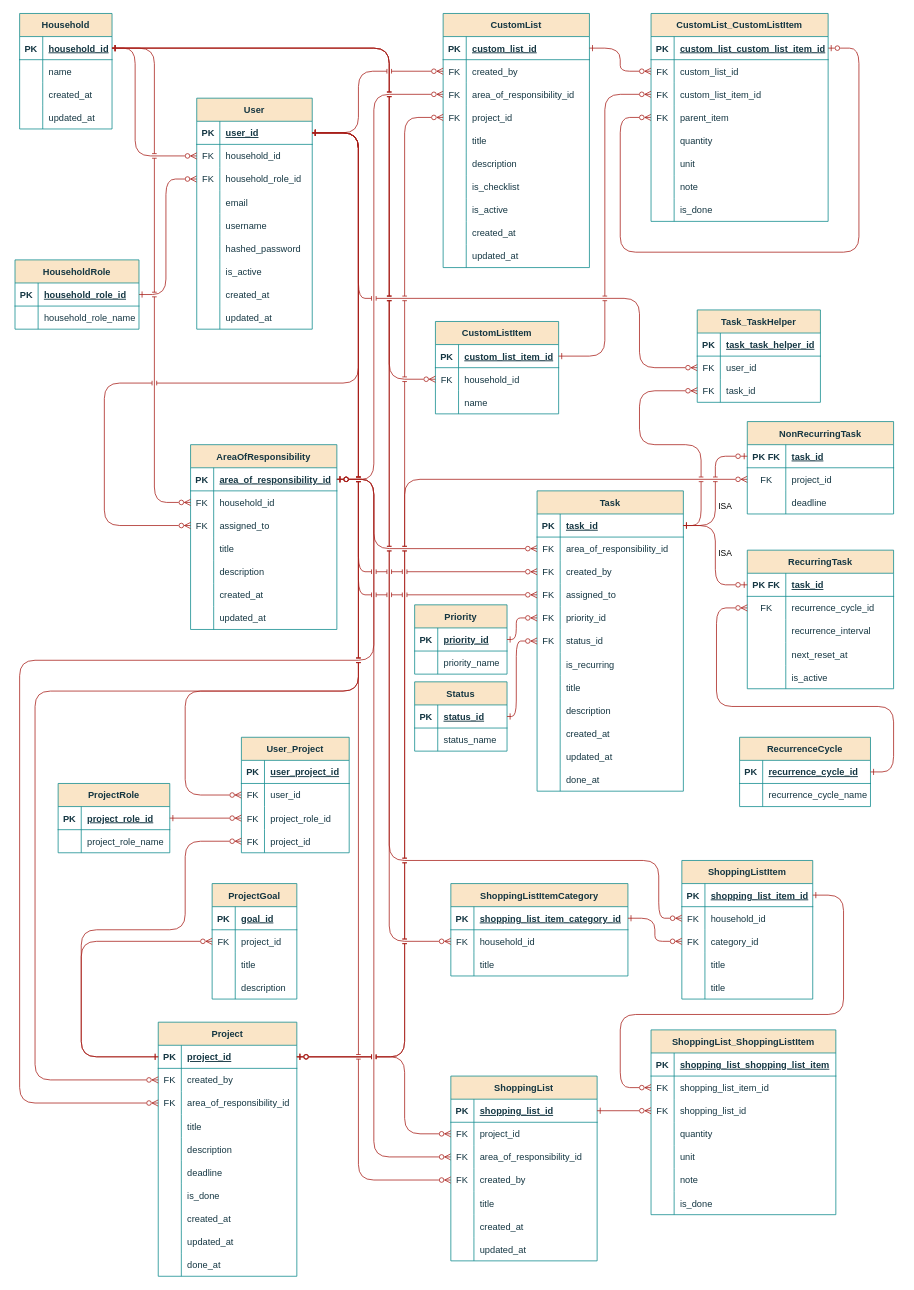
This is docs/diagrams/erd/TheMentalLoadHub_ERD.drawio from dominikoetiker/TheMentalLoadHub, a draw.io file, before an edit. Source tidied: cells renumbered, new cells numbered last; positions are measured from the earlier drawing's top-left corner, leaving out a move shared by most shapes. Both pictures are drawn from the tidied source at 77%, with x=0, y=0 at pixel (15, 13).
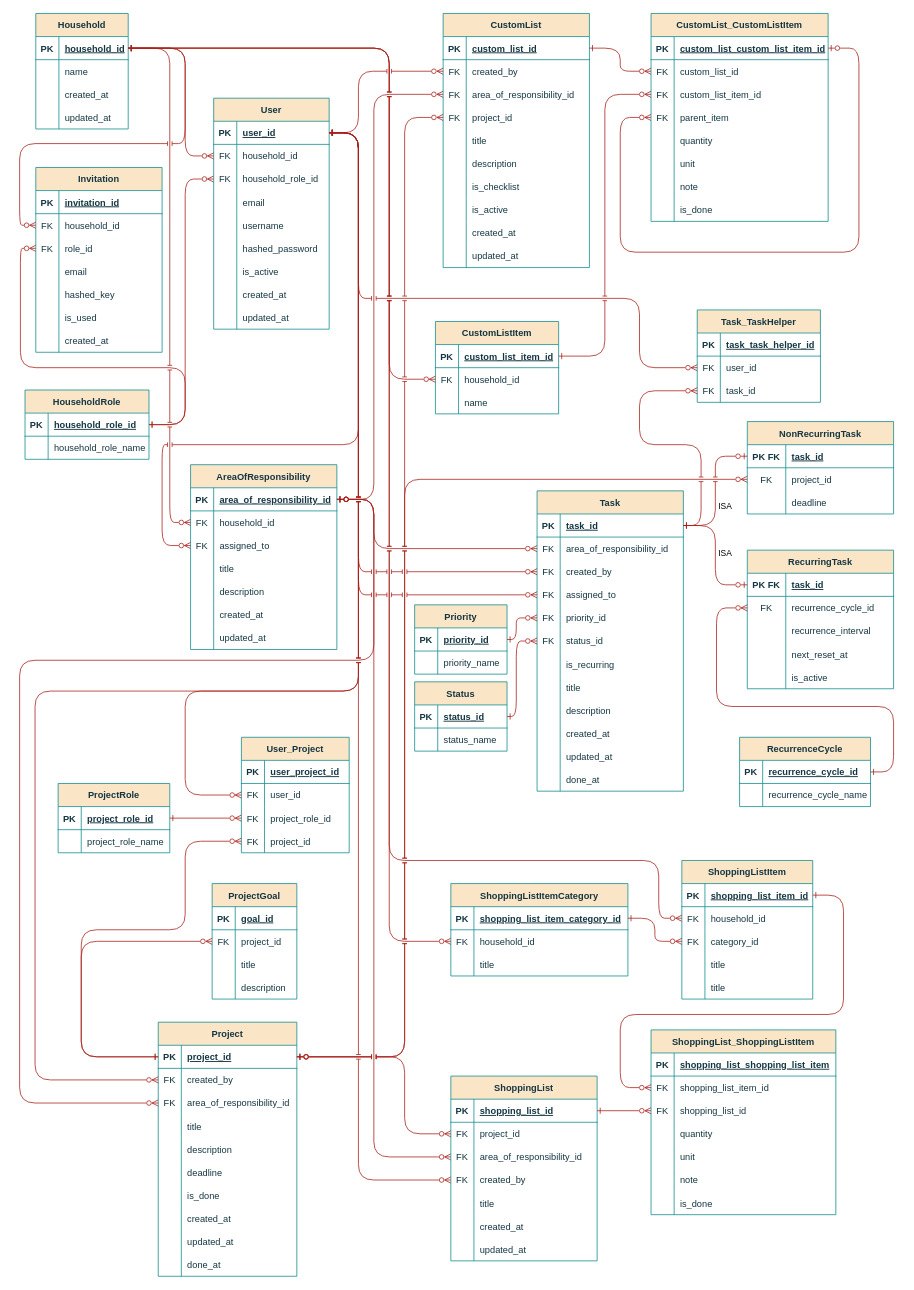
Above is the later version.

Commit message (it also covers changes not shown here):
Add "Invitation" table to ERD diagram

Introduced the "Invitation" table to the entity-relationship diagram, including its attributes and relationships. Adjusted positioning and updated geometry for other elements to align with the new additions. This improves clarity and supports new features requiring invitation tracking.

Unchanged cells that the change refers to:
```xml
<mxCell id="9" style="shape=tableRow;horizontal=0;startSize=0;swimlaneHead=0;swimlaneBody=0;fillColor=none;points=[[0,0.5],[1,0.5]];portConstraint=eastwest;top=0;left=0;right=0;bottom=1;rounded=0;labelBackgroundColor=none;shadow=0;comic=0;enumerate=0;strokeColor=#0F8B8D;fontColor=#143642;" parent="8" vertex="1">
  <mxGeometry y="30" width="120" height="30" as="geometry" />
</mxCell>
<mxCell id="30" style="shape=tableRow;horizontal=0;startSize=0;swimlaneHead=0;swimlaneBody=0;fillColor=none;points=[[0,0.5],[1,0.5]];portConstraint=eastwest;top=0;left=0;right=0;bottom=1;shadow=0;rounded=0;labelBackgroundColor=none;comic=0;enumerate=0;strokeColor=#0F8B8D;fontColor=#143642;" parent="29" vertex="1">
  <mxGeometry y="30" width="150" height="30" as="geometry" />
</mxCell>
<mxCell id="33" style="shape=tableRow;horizontal=0;startSize=0;swimlaneHead=0;swimlaneBody=0;fillColor=none;points=[[0,0.5],[1,0.5]];portConstraint=eastwest;top=0;left=0;right=0;bottom=0;shadow=0;rounded=0;labelBackgroundColor=none;comic=0;enumerate=0;strokeColor=#0F8B8D;fontColor=#143642;" parent="29" vertex="1">
  <mxGeometry y="60" width="150" height="30" as="geometry" />
</mxCell>
<mxCell id="36" style="shape=tableRow;horizontal=0;startSize=0;swimlaneHead=0;swimlaneBody=0;fillColor=none;points=[[0,0.5],[1,0.5]];portConstraint=eastwest;top=0;left=0;right=0;bottom=0;shadow=0;rounded=0;labelBackgroundColor=none;comic=0;enumerate=0;strokeColor=#0F8B8D;fontColor=#143642;" parent="29" vertex="1">
  <mxGeometry y="90" width="150" height="30" as="geometry" />
</mxCell>
<mxCell id="58" style="shape=tableRow;horizontal=0;startSize=0;swimlaneHead=0;swimlaneBody=0;fillColor=none;points=[[0,0.5],[1,0.5]];portConstraint=eastwest;top=0;left=0;right=0;bottom=1;fontStyle=0;rounded=0;labelBackgroundColor=none;shadow=0;comic=0;enumerate=0;strokeColor=#0F8B8D;fontColor=#143642;" parent="57" vertex="1">
  <mxGeometry y="30" width="190" height="30" as="geometry" />
</mxCell>
<mxCell id="61" style="shape=tableRow;horizontal=0;startSize=0;swimlaneHead=0;swimlaneBody=0;fillColor=none;points=[[0,0.5],[1,0.5]];portConstraint=eastwest;top=0;left=0;right=0;bottom=0;rounded=0;labelBackgroundColor=none;shadow=0;comic=0;enumerate=0;strokeColor=#0F8B8D;fontColor=#143642;" parent="57" vertex="1">
  <mxGeometry y="60" width="190" height="30" as="geometry" />
</mxCell>
<mxCell id="64" style="shape=tableRow;horizontal=0;startSize=0;swimlaneHead=0;swimlaneBody=0;fillColor=none;points=[[0,0.5],[1,0.5]];portConstraint=eastwest;top=0;left=0;right=0;bottom=0;rounded=0;labelBackgroundColor=none;shadow=0;comic=0;enumerate=0;strokeColor=#0F8B8D;fontColor=#143642;" parent="57" vertex="1">
  <mxGeometry y="90" width="190" height="30" as="geometry" />
</mxCell>
<mxCell id="86" style="shape=tableRow;horizontal=0;startSize=0;swimlaneHead=0;swimlaneBody=0;fillColor=none;points=[[0,0.5],[1,0.5]];portConstraint=eastwest;top=0;left=0;right=0;bottom=0;rounded=0;labelBackgroundColor=none;shadow=0;comic=0;enumerate=0;strokeColor=#0F8B8D;fontColor=#143642;" parent="79" vertex="1">
  <mxGeometry y="90" width="180" height="30" as="geometry" />
</mxCell>
<mxCell id="150" style="shape=tableRow;horizontal=0;startSize=0;swimlaneHead=0;swimlaneBody=0;fillColor=none;points=[[0,0.5],[1,0.5]];portConstraint=eastwest;top=0;left=0;right=0;bottom=0;rounded=0;labelBackgroundColor=none;shadow=0;comic=0;enumerate=0;strokeColor=#0F8B8D;fontColor=#143642;" parent="143" vertex="1">
  <mxGeometry y="90" width="190" height="30" as="geometry" />
</mxCell>
<mxCell id="227" style="shape=tableRow;horizontal=0;startSize=0;swimlaneHead=0;swimlaneBody=0;fillColor=none;points=[[0,0.5],[1,0.5]];portConstraint=eastwest;top=0;left=0;right=0;bottom=0;rounded=0;labelBackgroundColor=none;shadow=0;comic=0;enumerate=0;strokeColor=#0F8B8D;fontColor=#143642;" parent="223" vertex="1">
  <mxGeometry y="60" width="190" height="30" as="geometry" />
</mxCell>
<mxCell id="277" style="shape=tableRow;horizontal=0;startSize=0;swimlaneHead=0;swimlaneBody=0;fillColor=none;points=[[0,0.5],[1,0.5]];portConstraint=eastwest;top=0;left=0;right=0;bottom=0;rounded=0;labelBackgroundColor=none;shadow=0;comic=0;enumerate=0;strokeColor=#0F8B8D;fontColor=#143642;" parent="270" vertex="1">
  <mxGeometry y="90" width="190" height="30" as="geometry" />
</mxCell>
```

The edit, as a diff of the source:
```diff
@@
     <mxCell id="2" style="edgeStyle=orthogonalEdgeStyle;shape=connector;curved=0;rounded=1;jumpStyle=line;jettySize=auto;html=1;exitX=1;exitY=0.5;exitDx=0;exitDy=0;entryX=0;entryY=0.5;entryDx=0;entryDy=0;align=center;verticalAlign=middle;arcSize=40;fontFamily=Helvetica;fontSize=11;fontColor=default;labelBackgroundColor=none;startArrow=ERzeroToOne;startFill=0;endArrow=ERzeroToMany;endFill=0;shadow=0;comic=0;enumerate=0;strokeColor=#A8201A;" parent="1" edge="1" source="58" target="227">
       <mxGeometry relative="1" as="geometry">
         <Array as="points">
-          <mxPoint x="466" y="605" />
+          <mxPoint x="466" y="631" />
           <mxPoint x="466" y="695" />
         </Array>
       </mxGeometry>
     </mxCell>
     <mxCell id="3" style="edgeStyle=orthogonalEdgeStyle;shape=connector;curved=0;rounded=1;jumpStyle=line;jettySize=auto;html=1;exitX=1;exitY=0.5;exitDx=0;exitDy=0;entryX=0;entryY=0.5;entryDx=0;entryDy=0;align=center;verticalAlign=middle;arcSize=40;fontFamily=Helvetica;fontSize=11;fontColor=default;labelBackgroundColor=none;startArrow=ERzeroToOne;startFill=0;endArrow=ERzeroToMany;endFill=0;shadow=0;comic=0;enumerate=0;strokeColor=#A8201A;" parent="1" edge="1" source="58" target="277">
       <mxGeometry relative="1" as="geometry">
         <Array as="points">
-          <mxPoint x="466" y="605" />
+          <mxPoint x="466" y="631" />
           <mxPoint x="466" y="1485" />
         </Array>
       </mxGeometry>
     </mxCell>
     <mxCell id="4" style="edgeStyle=orthogonalEdgeStyle;shape=connector;curved=0;rounded=1;jumpStyle=line;jettySize=auto;html=1;exitX=1;exitY=0.5;exitDx=0;exitDy=0;entryX=0;entryY=0.5;entryDx=0;entryDy=0;align=center;verticalAlign=middle;arcSize=40;fontFamily=Helvetica;fontSize=11;fontColor=default;labelBackgroundColor=none;startArrow=ERzeroToOne;startFill=0;endArrow=ERzeroToMany;endFill=0;shadow=0;comic=0;enumerate=0;strokeColor=#A8201A;" parent="1" edge="1" source="58" target="150">
       <mxGeometry relative="1" as="geometry">
         <Array as="points">
-          <mxPoint x="466" y="605" />
+          <mxPoint x="466" y="631" />
           <mxPoint x="466" y="105" />
         </Array>
       </mxGeometry>
     </mxCell>
     <mxCell id="5" style="edgeStyle=orthogonalEdgeStyle;shape=connector;curved=0;rounded=1;jumpStyle=line;jettySize=auto;html=1;exitX=1;exitY=0.5;exitDx=0;exitDy=0;entryX=0;entryY=0.5;entryDx=0;entryDy=0;align=center;verticalAlign=middle;arcSize=40;fontFamily=Helvetica;fontSize=11;fontColor=default;labelBackgroundColor=none;startArrow=ERzeroToOne;startFill=0;endArrow=ERzeroToMany;endFill=0;shadow=0;comic=0;enumerate=0;strokeColor=#A8201A;" parent="1" edge="1" source="58" target="86">
       <mxGeometry relative="1" as="geometry">
         <Array as="points">
-          <mxPoint x="466" y="605" />
+          <mxPoint x="466" y="631" />
           <mxPoint x="466" y="840" />
           <mxPoint x="6" y="840" />
           <mxPoint x="6" y="1415" />
         </Array>
       </mxGeometry>
     </mxCell>
@@
     <mxCell id="8" value="Household" style="shape=table;startSize=30;childLayout=tableLayout;rowLines=0;fontStyle=1;align=center;rounded=0;labelBackgroundColor=none;shadow=0;comic=0;enumerate=0;fillColor=#FAE5C7;strokeColor=#0F8B8D;fontColor=#143642;" parent="1" vertex="1">
-      <mxGeometry x="6" width="120" height="150" as="geometry" />
+      <mxGeometry x="27" width="120" height="150" as="geometry" />
     </mxCell>
@@
     <mxCell id="21" style="edgeStyle=orthogonalEdgeStyle;shape=connector;curved=0;rounded=1;jettySize=auto;html=1;exitX=1;exitY=0.5;exitDx=0;exitDy=0;entryX=0;entryY=0.5;entryDx=0;entryDy=0;align=center;verticalAlign=middle;arcSize=40;fontFamily=Helvetica;fontSize=11;fontColor=default;labelBackgroundColor=none;startArrow=ERone;startFill=0;endArrow=ERzeroToMany;endFill=0;jumpStyle=line;shadow=0;comic=0;enumerate=0;strokeColor=#A8201A;" parent="1" edge="1" source="22" target="36">
       <mxGeometry relative="1" as="geometry">
         <Array as="points">
-          <mxPoint x="196" y="365" />
-          <mxPoint x="196" y="215" />
+          <mxPoint x="221" y="534" />
+          <mxPoint x="221" y="215" />
         </Array>
       </mxGeometry>
     </mxCell>
+    <mxCell id="402" style="edgeStyle=orthogonalEdgeStyle;shape=connector;curved=0;rounded=1;comic=0;jumpStyle=line;jettySize=auto;html=1;exitX=1;exitY=0.5;exitDx=0;exitDy=0;entryX=0;entryY=0.5;entryDx=0;entryDy=0;shadow=0;strokeColor=#A8201A;align=center;verticalAlign=middle;arcSize=40;fontFamily=Helvetica;fontSize=11;fontColor=default;labelBackgroundColor=none;startArrow=ERone;startFill=0;endArrow=ERzeroToMany;endFill=0;" parent="1" edge="1" source="22" target="410">
+      <mxGeometry relative="1" as="geometry">
+        <Array as="points">
+          <mxPoint x="221" y="534" />
+          <mxPoint x="221" y="460" />
+          <mxPoint x="7" y="460" />
+          <mxPoint x="7" y="305" />
+        </Array>
+      </mxGeometry>
+    </mxCell>
     <mxCell id="22" value="HouseholdRole" style="shape=table;startSize=30;childLayout=tableLayout;rowLines=0;fontStyle=1;align=center;rounded=0;labelBackgroundColor=none;shadow=0;comic=0;enumerate=0;fillColor=#FAE5C7;strokeColor=#0F8B8D;fontColor=#143642;" parent="1" vertex="1">
-      <mxGeometry y="320" width="161" height="90" as="geometry" />
+      <mxGeometry x="13" y="489" width="161" height="90" as="geometry" />
     </mxCell>
@@
     <mxCell id="29" value="User" style="shape=table;startSize=30;childLayout=tableLayout;rowLines=0;fontStyle=1;align=center;shadow=0;rounded=0;labelBackgroundColor=none;comic=0;enumerate=0;fillColor=#FAE5C7;strokeColor=#0F8B8D;fontColor=#143642;" parent="1" vertex="1">
-      <mxGeometry x="236" y="110" width="150" height="300" as="geometry" />
+      <mxGeometry x="258" y="110" width="150" height="300" as="geometry" />
     </mxCell>
@@
     <mxCell id="57" value="AreaOfResponsibility" style="shape=table;startSize=30;childLayout=tableLayout;rowLines=0;fontStyle=1;align=center;rounded=0;labelBackgroundColor=none;shadow=0;comic=0;enumerate=0;fillColor=#FAE5C7;strokeColor=#0F8B8D;fontColor=#143642;" parent="1" vertex="1">
-      <mxGeometry x="228" y="560" width="190" height="240" as="geometry" />
+      <mxGeometry x="228" y="586" width="190" height="240" as="geometry" />
     </mxCell>
@@
     <mxCell id="340" style="edgeStyle=orthogonalEdgeStyle;rounded=1;jettySize=auto;html=1;exitX=1;exitY=0.5;exitDx=0;exitDy=0;entryX=0;entryY=0.5;entryDx=0;entryDy=0;curved=0;endArrow=ERzeroToMany;endFill=0;startArrow=ERone;startFill=0;arcSize=40;jumpStyle=line;labelBackgroundColor=none;fontColor=default;shadow=0;comic=0;enumerate=0;strokeColor=#A8201A;" parent="1" edge="1" source="9" target="33">
       <mxGeometry relative="1" as="geometry">
         <Array as="points">
-          <mxPoint x="156" y="45" />
-          <mxPoint x="156" y="185" />
+          <mxPoint x="221" y="45" />
+          <mxPoint x="221" y="185" />
         </Array>
       </mxGeometry>
     </mxCell>
     <mxCell id="341" style="edgeStyle=orthogonalEdgeStyle;shape=connector;curved=0;rounded=1;jettySize=auto;html=1;exitX=1;exitY=0.5;exitDx=0;exitDy=0;entryX=0;entryY=0.5;entryDx=0;entryDy=0;align=center;verticalAlign=middle;fontFamily=Helvetica;fontSize=11;fontColor=default;labelBackgroundColor=none;startArrow=ERone;startFill=0;endArrow=ERzeroToMany;endFill=0;arcSize=40;jumpStyle=line;shadow=0;comic=0;enumerate=0;strokeColor=#A8201A;" parent="1" edge="1" source="9" target="61">
       <mxGeometry relative="1" as="geometry">
         <Array as="points">
-          <mxPoint x="181" y="45" />
-          <mxPoint x="181" y="635" />
+          <mxPoint x="201" y="45" />
+          <mxPoint x="201" y="661" />
         </Array>
       </mxGeometry>
     </mxCell>
@@
     <mxCell id="347" style="edgeStyle=orthogonalEdgeStyle;shape=connector;curved=0;rounded=1;jumpStyle=line;jettySize=auto;html=1;exitX=1;exitY=0.5;exitDx=0;exitDy=0;entryX=0;entryY=0.5;entryDx=0;entryDy=0;align=center;verticalAlign=middle;arcSize=40;fontFamily=Helvetica;fontSize=11;fontColor=default;labelBackgroundColor=none;startArrow=ERone;startFill=0;endArrow=ERzeroToMany;endFill=0;shadow=0;comic=0;enumerate=0;strokeColor=#A8201A;" parent="1" edge="1" source="30" target="64">
       <mxGeometry relative="1" as="geometry">
         <Array as="points">
           <mxPoint x="446" y="155" />
-          <mxPoint x="446" y="480" />
-          <mxPoint x="116" y="480" />
-          <mxPoint x="116" y="665" />
+          <mxPoint x="446" y="560" />
+          <mxPoint x="191" y="560" />
+          <mxPoint x="191" y="691" />
         </Array>
       </mxGeometry>
     </mxCell>
@@
+    <mxCell id="403" value="Invitation" style="shape=table;startSize=30;childLayout=tableLayout;rowLines=0;fontStyle=1;align=center;rounded=0;labelBackgroundColor=none;shadow=0;comic=0;enumerate=0;fillColor=#FAE5C7;strokeColor=#0F8B8D;fontColor=#143642;" parent="1" vertex="1">
+      <mxGeometry x="27" y="200" width="164" height="240" as="geometry" />
+    </mxCell>
+    <mxCell id="404" style="shape=tableRow;horizontal=0;startSize=0;swimlaneHead=0;swimlaneBody=0;fillColor=none;top=0;left=0;right=0;bottom=1;rounded=0;labelBackgroundColor=none;shadow=0;comic=0;enumerate=0;strokeColor=#0F8B8D;fontColor=#143642;" parent="403" vertex="1">
+      <mxGeometry y="30" width="164" height="30" as="geometry" />
+    </mxCell>
+    <mxCell id="405" value="PK" style="shape=partialRectangle;overflow=hidden;fillColor=none;top=0;left=0;bottom=0;right=0;fontStyle=1;rounded=0;labelBackgroundColor=none;shadow=0;comic=0;enumerate=0;strokeColor=#0F8B8D;fontColor=#143642;" parent="404" vertex="1">
+      <mxGeometry width="30" height="30" as="geometry" />
+    </mxCell>
+    <mxCell id="406" value="invitation_id" style="shape=partialRectangle;overflow=hidden;fillColor=none;align=left;top=0;left=0;bottom=0;right=0;spacingLeft=6;fontStyle=5;rounded=0;labelBackgroundColor=none;shadow=0;comic=0;enumerate=0;strokeColor=#0F8B8D;fontColor=#143642;" parent="404" vertex="1">
+      <mxGeometry x="30" width="134" height="30" as="geometry" />
+    </mxCell>
+    <mxCell id="407" style="shape=tableRow;horizontal=0;startSize=0;swimlaneHead=0;swimlaneBody=0;fillColor=none;points=[[0,0.5],[1,0.5]];portConstraint=eastwest;top=0;left=0;right=0;bottom=0;rounded=0;labelBackgroundColor=none;shadow=0;comic=0;enumerate=0;strokeColor=#0F8B8D;fontColor=#143642;" parent="403" vertex="1">
+      <mxGeometry y="60" width="164" height="30" as="geometry" />
+    </mxCell>
+    <mxCell id="408" value="FK" style="shape=partialRectangle;overflow=hidden;fillColor=none;top=0;left=0;bottom=0;right=0;rounded=0;labelBackgroundColor=none;shadow=0;comic=0;enumerate=0;strokeColor=#0F8B8D;fontColor=#143642;" parent="407" vertex="1">
+      <mxGeometry width="30" height="30" as="geometry" />
+    </mxCell>
+    <mxCell id="409" value="household_id" style="shape=partialRectangle;overflow=hidden;fillColor=none;align=left;top=0;left=0;bottom=0;right=0;spacingLeft=6;rounded=0;labelBackgroundColor=none;shadow=0;comic=0;enumerate=0;strokeColor=#0F8B8D;fontColor=#143642;" parent="407" vertex="1">
+      <mxGeometry x="30" width="134" height="30" as="geometry" />
+    </mxCell>
+    <mxCell id="410" style="shape=tableRow;horizontal=0;startSize=0;swimlaneHead=0;swimlaneBody=0;fillColor=none;points=[[0,0.5],[1,0.5]];portConstraint=eastwest;top=0;left=0;right=0;bottom=0;rounded=0;labelBackgroundColor=none;shadow=0;comic=0;enumerate=0;strokeColor=#0F8B8D;fontColor=#143642;" parent="403" vertex="1">
+      <mxGeometry y="90" width="164" height="30" as="geometry" />
+    </mxCell>
+    <mxCell id="411" value="FK" style="shape=partialRectangle;overflow=hidden;fillColor=none;top=0;left=0;bottom=0;right=0;rounded=0;labelBackgroundColor=none;shadow=0;comic=0;enumerate=0;strokeColor=#0F8B8D;fontColor=#143642;" parent="410" vertex="1">
+      <mxGeometry width="30" height="30" as="geometry" />
+    </mxCell>
+    <mxCell id="412" value="role_id" style="shape=partialRectangle;overflow=hidden;fillColor=none;align=left;top=0;left=0;bottom=0;right=0;spacingLeft=6;rounded=0;labelBackgroundColor=none;shadow=0;comic=0;enumerate=0;strokeColor=#0F8B8D;fontColor=#143642;" parent="410" vertex="1">
+      <mxGeometry x="30" width="134" height="30" as="geometry" />
+    </mxCell>
+    <mxCell id="413" style="shape=tableRow;horizontal=0;startSize=0;swimlaneHead=0;swimlaneBody=0;fillColor=none;top=0;left=0;right=0;bottom=0;rounded=0;labelBackgroundColor=none;shadow=0;comic=0;enumerate=0;strokeColor=#0F8B8D;fontColor=#143642;" parent="403" vertex="1">
+      <mxGeometry y="120" width="164" height="30" as="geometry" />
+    </mxCell>
+    <mxCell id="414" style="shape=partialRectangle;overflow=hidden;fillColor=none;top=0;left=0;bottom=0;right=0;rounded=0;labelBackgroundColor=none;shadow=0;comic=0;enumerate=0;strokeColor=#0F8B8D;fontColor=#143642;" parent="413" vertex="1">
+      <mxGeometry width="30" height="30" as="geometry" />
+    </mxCell>
+    <mxCell id="415" value="email" style="shape=partialRectangle;overflow=hidden;fillColor=none;align=left;top=0;left=0;bottom=0;right=0;spacingLeft=6;rounded=0;labelBackgroundColor=none;shadow=0;comic=0;enumerate=0;strokeColor=#0F8B8D;fontColor=#143642;" parent="413" vertex="1">
+      <mxGeometry x="30" width="134" height="30" as="geometry" />
+    </mxCell>
+    <mxCell id="416" style="shape=tableRow;horizontal=0;startSize=0;swimlaneHead=0;swimlaneBody=0;fillColor=none;top=0;left=0;right=0;bottom=0;rounded=0;labelBackgroundColor=none;shadow=0;comic=0;enumerate=0;strokeColor=#0F8B8D;fontColor=#143642;" parent="403" vertex="1">
+      <mxGeometry y="150" width="164" height="30" as="geometry" />
+    </mxCell>
+    <mxCell id="417" style="shape=partialRectangle;overflow=hidden;fillColor=none;top=0;left=0;bottom=0;right=0;rounded=0;labelBackgroundColor=none;shadow=0;comic=0;enumerate=0;strokeColor=#0F8B8D;fontColor=#143642;" parent="416" vertex="1">
+      <mxGeometry width="30" height="30" as="geometry" />
+    </mxCell>
+    <mxCell id="418" value="hashed_key" style="shape=partialRectangle;overflow=hidden;fillColor=none;align=left;top=0;left=0;bottom=0;right=0;spacingLeft=6;rounded=0;labelBackgroundColor=none;shadow=0;comic=0;enumerate=0;strokeColor=#0F8B8D;fontColor=#143642;" parent="416" vertex="1">
+      <mxGeometry x="30" width="134" height="30" as="geometry" />
+    </mxCell>
+    <mxCell id="419" style="shape=tableRow;horizontal=0;startSize=0;swimlaneHead=0;swimlaneBody=0;fillColor=none;top=0;left=0;right=0;bottom=0;rounded=0;labelBackgroundColor=none;shadow=0;comic=0;enumerate=0;strokeColor=#0F8B8D;fontColor=#143642;" parent="403" vertex="1">
+      <mxGeometry y="180" width="164" height="30" as="geometry" />
+    </mxCell>
+    <mxCell id="420" style="shape=partialRectangle;overflow=hidden;fillColor=none;top=0;left=0;bottom=0;right=0;rounded=0;labelBackgroundColor=none;shadow=0;comic=0;enumerate=0;strokeColor=#0F8B8D;fontColor=#143642;" parent="419" vertex="1">
+      <mxGeometry width="30" height="30" as="geometry" />
+    </mxCell>
+    <mxCell id="421" value="is_used" style="shape=partialRectangle;overflow=hidden;fillColor=none;align=left;top=0;left=0;bottom=0;right=0;spacingLeft=6;rounded=0;labelBackgroundColor=none;shadow=0;comic=0;enumerate=0;strokeColor=#0F8B8D;fontColor=#143642;" parent="419" vertex="1">
+      <mxGeometry x="30" width="134" height="30" as="geometry" />
+    </mxCell>
+    <mxCell id="422" style="shape=tableRow;horizontal=0;startSize=0;swimlaneHead=0;swimlaneBody=0;fillColor=none;top=0;left=0;right=0;bottom=0;rounded=0;labelBackgroundColor=none;shadow=0;comic=0;enumerate=0;strokeColor=#0F8B8D;fontColor=#143642;" parent="403" vertex="1">
+      <mxGeometry y="210" width="164" height="30" as="geometry" />
+    </mxCell>
+    <mxCell id="423" style="shape=partialRectangle;overflow=hidden;fillColor=none;top=0;left=0;bottom=0;right=0;rounded=0;labelBackgroundColor=none;shadow=0;comic=0;enumerate=0;strokeColor=#0F8B8D;fontColor=#143642;" parent="422" vertex="1">
+      <mxGeometry width="30" height="30" as="geometry" />
+    </mxCell>
+    <mxCell id="424" value="created_at" style="shape=partialRectangle;overflow=hidden;fillColor=none;align=left;top=0;left=0;bottom=0;right=0;spacingLeft=6;rounded=0;labelBackgroundColor=none;shadow=0;comic=0;enumerate=0;strokeColor=#0F8B8D;fontColor=#143642;" parent="422" vertex="1">
+      <mxGeometry x="30" width="134" height="30" as="geometry" />
+    </mxCell>
+    <mxCell id="425" style="edgeStyle=orthogonalEdgeStyle;rounded=1;jettySize=auto;html=1;exitX=1;exitY=0.5;exitDx=0;exitDy=0;entryX=0;entryY=0.5;entryDx=0;entryDy=0;shadow=0;comic=0;strokeColor=#A8201A;align=center;verticalAlign=middle;arcSize=40;fontFamily=Helvetica;fontSize=11;fontColor=default;labelBackgroundColor=none;jumpStyle=line;startArrow=ERone;startFill=0;endArrow=ERzeroToMany;endFill=0;curved=0;" parent="1" edge="1" source="9" target="407">
+      <mxGeometry relative="1" as="geometry">
+        <Array as="points">
+          <mxPoint x="221" y="45" />
+          <mxPoint x="221" y="169" />
+          <mxPoint x="6" y="169" />
+          <mxPoint x="6" y="275" />
+        </Array>
+      </mxGeometry>
+    </mxCell>
```
